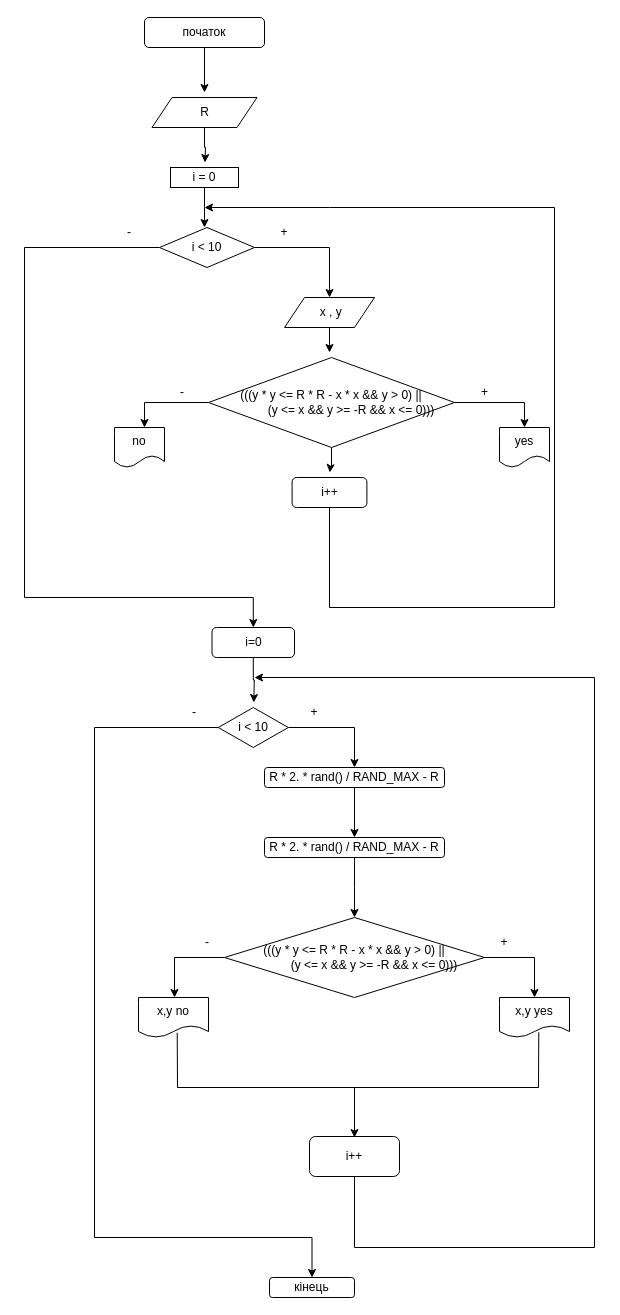
Earlier version of the draw.io diagram page "Страница 1" (1 of 2) of Диаграмма без названия.drawio (Sofiia213/4.5). Source tidied: cells renumbered, new cells numbered last; positions are measured from the earlier drawing's top-left corner, leaving out a move shared by most shapes. Both pictures are drawn from the tidied source at 100%, with x=0, y=0 at pixel (24, 17).
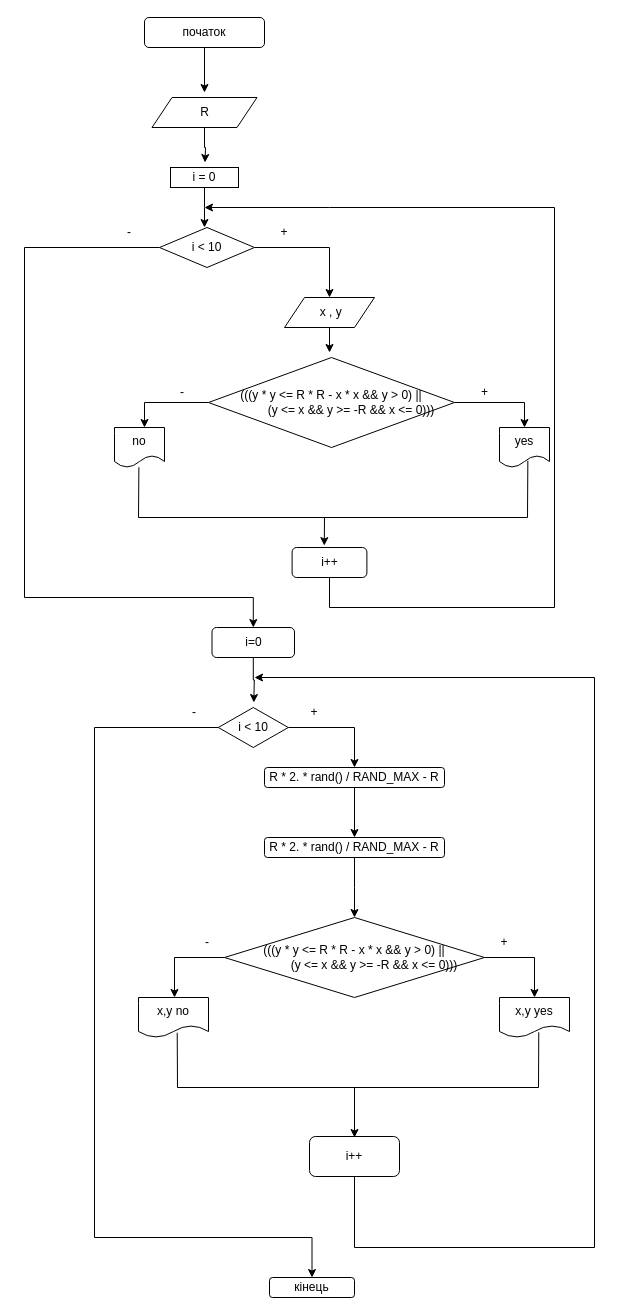
Above is the later version.

The change refers to these unchanged cells:
```xml
<mxCell id="16" value="&lt;div&gt;(((y * y &amp;lt;= R * R - x * x &amp;amp;&amp;amp; y &amp;gt; 0) ||&lt;/div&gt;&lt;div&gt;&amp;nbsp; &amp;nbsp; &amp;nbsp; &amp;nbsp; &amp;nbsp; &amp;nbsp; (y &amp;lt;= x &amp;amp;&amp;amp; y &amp;gt;= -R &amp;amp;&amp;amp; x &amp;lt;= 0)))&lt;/div&gt;" style="rhombus;whiteSpace=wrap;html=1;" parent="1" vertex="1">
  <mxGeometry x="184" y="340" width="246" height="90" as="geometry" />
</mxCell>
<mxCell id="17" value="yes" style="shape=document;whiteSpace=wrap;html=1;boundedLbl=1;" parent="1" vertex="1">
  <mxGeometry x="475" y="410" width="50" height="40" as="geometry" />
</mxCell>
<mxCell id="20" value="no" style="shape=document;whiteSpace=wrap;html=1;boundedLbl=1;" parent="1" vertex="1">
  <mxGeometry x="90" y="410" width="50" height="40" as="geometry" />
</mxCell>
```

The edit, as a diff of the source:
```diff
@@
-    <mxCell id="15" style="edgeStyle=orthogonalEdgeStyle;rounded=0;jettySize=auto;html=1;" parent="1" edge="1" source="16">
-      <mxGeometry relative="1" as="geometry">
-        <mxPoint x="305.3" y="455" as="targetPoint" />
-      </mxGeometry>
-    </mxCell>
@@
     <mxCell id="23" value="i++" style="rounded=1;whiteSpace=wrap;html=1;" parent="1" vertex="1">
-      <mxGeometry x="267.6" y="460" width="74.8" height="30" as="geometry" />
+      <mxGeometry x="267.6" y="530" width="74.8" height="30" as="geometry" />
     </mxCell>
@@
+    <mxCell id="48" style="endArrow=none;html=1;rounded=0;exitX=0.488;exitY=0.993;exitDx=0;exitDy=0;exitPerimeter=0;entryX=0.567;entryY=0.828;entryDx=0;entryDy=0;entryPerimeter=0;" parent="1" edge="1" source="20" target="17">
+      <mxGeometry relative="1" as="geometry">
+        <Array as="points">
+          <mxPoint x="114" y="500" />
+          <mxPoint x="503" y="500" />
+        </Array>
+      </mxGeometry>
+    </mxCell>
+    <mxCell id="49" style="endArrow=classic;html=1;rounded=0;entryX=0.43;entryY=-0.064;entryDx=0;entryDy=0;entryPerimeter=0;" parent="1" edge="1" target="23">
+      <mxGeometry relative="1" as="geometry">
+        <mxPoint x="300" y="500" as="sourcePoint" />
+      </mxGeometry>
+    </mxCell>
```
